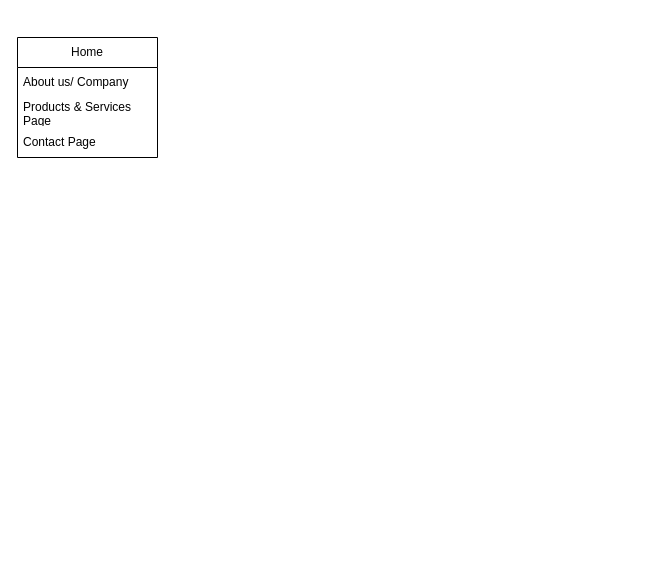
This is Vero Business Sitemap.drawio from cskhomo/vero-ecommerce, a draw.io file, before an edit. Source tidied: cells renumbered, new cells numbered last; positions are measured from the earlier drawing's top-left corner, leaving out a move shared by most shapes. Both pictures are drawn from the tidied source at 100%, with x=0, y=0 at pixel (17, 37).
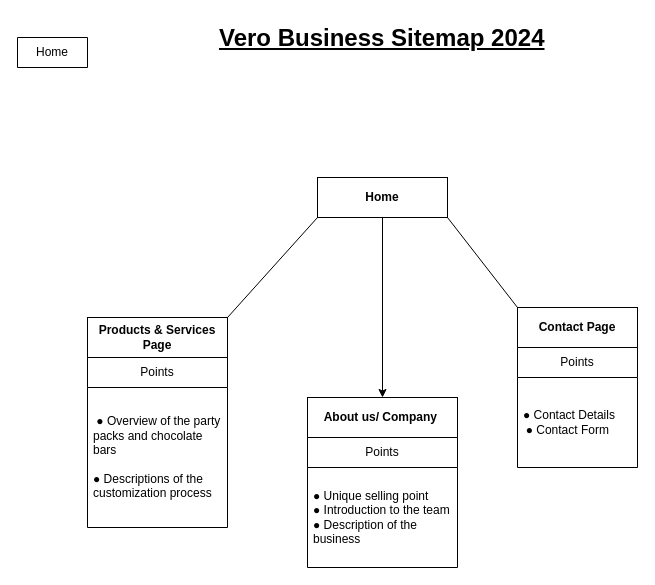
After the change.

What changed in the source:
```diff
@@
 <mxGraphModel>
   <root>
     <mxCell id="0" />
     <mxCell id="1" parent="0" />
-    <mxCell id="2" value="Home" style="swimlane;fontStyle=0;horizontal=1;startSize=30;whiteSpace=wrap;html=1;" parent="1" vertex="1">
-      <mxGeometry width="140" height="120" as="geometry" />
+    <mxCell id="2" value="Home" style="swimlane;fontStyle=0;horizontal=1;startSize=30;whiteSpace=wrap;html=1;" parent="1" vertex="1" collapsed="1">
+      <mxGeometry width="70" height="30" as="geometry" />
     </mxCell>
+    <mxCell id="6" value="&lt;b&gt;Home&lt;/b&gt;" style="rounded=0;whiteSpace=wrap;html=1;" parent="1" vertex="1">
+      <mxGeometry x="300" y="140" width="130" height="40" as="geometry" />
+    </mxCell>
+    <mxCell id="7" style="endArrow=classic;html=1;rounded=0;exitX=0.5;exitY=1;exitDx=0;exitDy=0;entryX=0.5;entryY=0;entryDx=0;entryDy=0;" parent="1" edge="1" source="6" target="3">
+      <mxGeometry relative="1" as="geometry" />
+    </mxCell>
-    <mxCell id="3" value="About us/ Company&amp;nbsp;" style="text;strokeColor=none;fillColor=none;align=left;verticalAlign=middle;spacingLeft=4;spacingRight=4;overflow=hidden;points=[[0,0.5],[1,0.5]];portConstraint=eastwest;whiteSpace=wrap;html=1;" parent="2" vertex="1">
-      <mxGeometry y="30" width="140" height="30" as="geometry" />
+    <mxCell id="3" value="&lt;span style=&quot;text-align: left;&quot;&gt;&lt;b&gt;About us/ Company&amp;nbsp;&lt;/b&gt;&lt;/span&gt;" style="rounded=0;whiteSpace=wrap;html=1;" parent="1" vertex="1">
+      <mxGeometry x="290" y="360" width="150" height="40" as="geometry" />
     </mxCell>
+    <mxCell id="8" style="endArrow=none;html=1;rounded=0;entryX=0;entryY=1;entryDx=0;entryDy=0;exitX=1;exitY=0;exitDx=0;exitDy=0;" parent="1" edge="1" source="4" target="6">
+      <mxGeometry relative="1" as="geometry" />
+    </mxCell>
+    <mxCell id="5" value="&lt;span style=&quot;color: rgb(0, 0, 0); font-family: Helvetica; font-size: 12px; font-style: normal; font-variant-ligatures: normal; font-variant-caps: normal; letter-spacing: normal; orphans: 2; text-align: left; text-indent: 0px; text-transform: none; widows: 2; word-spacing: 0px; -webkit-text-stroke-width: 0px; white-space: normal; background-color: rgb(251, 251, 251); text-decoration-thickness: initial; text-decoration-style: initial; text-decoration-color: initial; float: none; display: inline !important;&quot;&gt;&lt;b&gt;Contact Page&lt;/b&gt;&lt;/span&gt;" style="rounded=0;whiteSpace=wrap;html=1;" parent="1" vertex="1">
+      <mxGeometry x="500" y="270" width="120" height="40" as="geometry" />
+    </mxCell>
-    <mxCell id="4" value="Products &amp;amp; Services Page" style="text;strokeColor=none;fillColor=none;align=left;verticalAlign=middle;spacingLeft=4;spacingRight=4;overflow=hidden;points=[[0,0.5],[1,0.5]];portConstraint=eastwest;whiteSpace=wrap;html=1;" parent="2" vertex="1">
-      <mxGeometry y="60" width="140" height="30" as="geometry" />
+    <mxCell id="4" value="&lt;b style=&quot;text-align: left;&quot;&gt;Products &amp;amp; Services Page&lt;/b&gt;" style="rounded=0;whiteSpace=wrap;html=1;" parent="1" vertex="1">
+      <mxGeometry x="70" y="280" width="140" height="40" as="geometry" />
     </mxCell>
-    <mxCell id="5" value="Contact Page" style="text;strokeColor=none;fillColor=none;align=left;verticalAlign=middle;spacingLeft=4;spacingRight=4;overflow=hidden;points=[[0,0.5],[1,0.5]];portConstraint=eastwest;whiteSpace=wrap;html=1;" parent="2" vertex="1">
-      <mxGeometry y="90" width="140" height="30" as="geometry" />
-    </mxCell>
+    <mxCell id="9" style="endArrow=none;html=1;rounded=0;exitX=1;exitY=1;exitDx=0;exitDy=0;entryX=0;entryY=0;entryDx=0;entryDy=0;" parent="1" edge="1" source="6" target="5">
+      <mxGeometry relative="1" as="geometry" />
+    </mxCell>
+    <mxCell id="10" value="&lt;h1 style=&quot;margin-top: 0px;&quot;&gt;&lt;u&gt;Vero Business Sitemap 2024&lt;/u&gt;&lt;/h1&gt;" style="text;html=1;whiteSpace=wrap;overflow=hidden;rounded=0;" parent="1" vertex="1">
+      <mxGeometry x="200" y="-20" width="340" height="50" as="geometry" />
+    </mxCell>
+    <mxCell id="11" value="Points" style="swimlane;fontStyle=0;horizontal=1;startSize=30;whiteSpace=wrap;html=1;" parent="1" vertex="1">
+      <mxGeometry x="290" y="400" width="150" height="130" as="geometry" />
+    </mxCell>
+    <mxCell id="12" value="● Unique selling point&lt;br&gt;● Introduction to the team&amp;nbsp;&lt;div&gt;● Description of the business&lt;/div&gt;" style="text;strokeColor=none;fillColor=none;align=left;verticalAlign=middle;spacingLeft=4;spacingRight=4;overflow=hidden;whiteSpace=wrap;html=1;" parent="11" vertex="1">
+      <mxGeometry y="30" width="150" height="100" as="geometry" />
+    </mxCell>
+    <mxCell id="13" value="Points" style="swimlane;fontStyle=0;horizontal=1;startSize=30;whiteSpace=wrap;html=1;" parent="1" vertex="1">
+      <mxGeometry x="500" y="310" width="120" height="120" as="geometry" />
+    </mxCell>
+    <mxCell id="14" value="&lt;div style=&quot;text-align: center;&quot;&gt;&lt;span style=&quot;text-align: left; background-color: initial;&quot;&gt;● Contact Details&lt;/span&gt;&lt;/div&gt;&lt;div style=&quot;text-align: center;&quot;&gt;&lt;span style=&quot;text-align: left;&quot;&gt;● Contact Form&amp;nbsp;&lt;/span&gt;&lt;/div&gt;" style="text;strokeColor=none;fillColor=none;align=left;verticalAlign=middle;spacingLeft=4;spacingRight=4;overflow=hidden;whiteSpace=wrap;html=1;" parent="13" vertex="1">
+      <mxGeometry y="30" width="120" height="90" as="geometry" />
+    </mxCell>
+    <mxCell id="15" value="Points" style="swimlane;fontStyle=0;horizontal=1;startSize=30;whiteSpace=wrap;html=1;" parent="1" vertex="1">
+      <mxGeometry x="70" y="320" width="140" height="170" as="geometry" />
+    </mxCell>
+    <mxCell id="16" value="&amp;nbsp;● Overview of the party packs and chocolate bars&lt;div&gt;&lt;br&gt;&lt;div&gt;● Descriptions of the customization process&lt;/div&gt;&lt;/div&gt;" style="text;strokeColor=none;fillColor=none;align=left;verticalAlign=middle;spacingLeft=4;spacingRight=4;overflow=hidden;whiteSpace=wrap;html=1;" parent="15" vertex="1">
+      <mxGeometry y="30" width="140" height="140" as="geometry" />
+    </mxCell>
   </root>
 </mxGraphModel>
```
